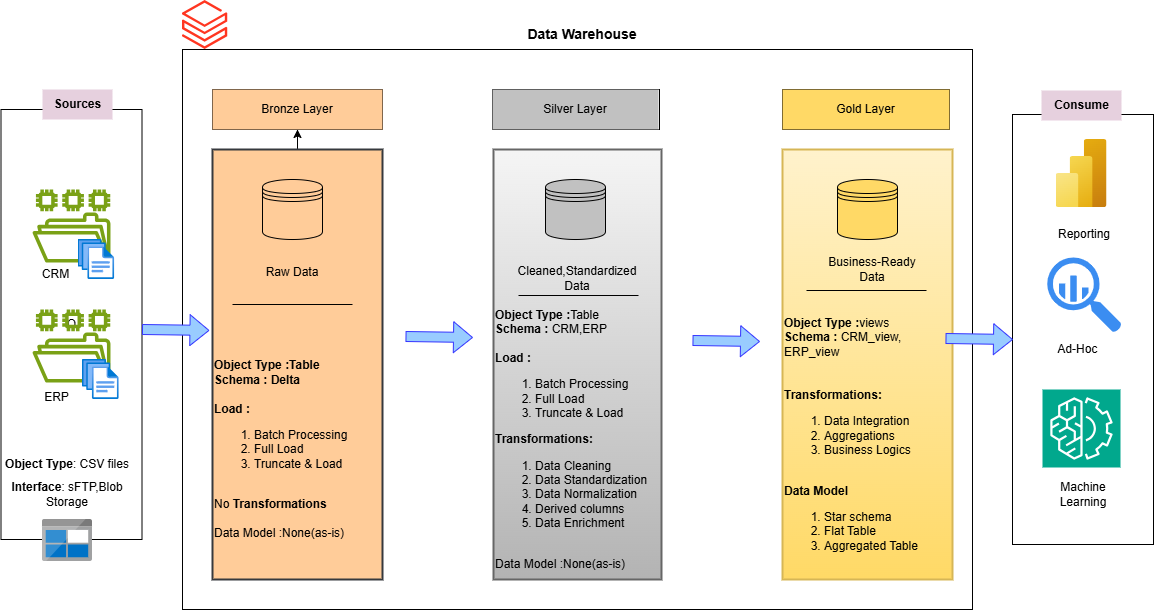
Before: Datawarehouse_Architecture.png, a diagram exported from draw.io (PRAKHER0522/SQL_DATABASE). Source tidied: cells renumbered, new cells last; positions are measured from the earlier drawing's top-left corner, leaving out a move shared by most shapes.
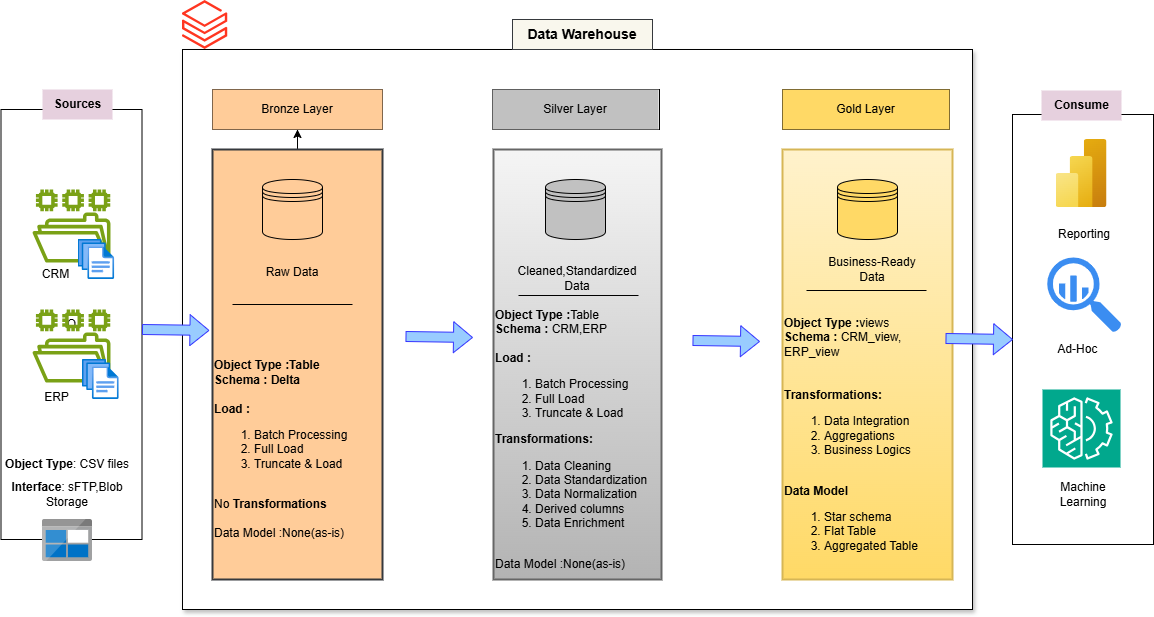
The same file after the commit.

What changed in the source:
```diff
@@ -26,7 +26,7 @@
     <mxCell id="9" value="&lt;b&gt;Interface&lt;/b&gt;: sFTP,Blob Storage" style="text;strokeColor=none;align=center;fillColor=none;html=1;verticalAlign=middle;whiteSpace=wrap;rounded=0;" parent="1" vertex="1">
       <mxGeometry x="2" y="479" width="130" height="30" as="geometry" />
     </mxCell>
-    <mxCell id="10" style="rounded=0;whiteSpace=wrap;html=1;" parent="1" vertex="1">
+    <mxCell id="10" style="rounded=0;whiteSpace=wrap;html=1;glass=0;shadow=1;" parent="1" vertex="1">
       <mxGeometry x="182" y="49" width="790" height="560" as="geometry" />
     </mxCell>
     <mxCell id="11" value="&lt;span style=&quot;color: rgba(0, 0, 0, 0); font-family: monospace; font-size: 0px; text-align: start; text-wrap-mode: nowrap;&quot;&gt;%3CmxGraphModel%3E%3Croot%3E%3CmxCell%20id%3D%220%22%2F%3E%3CmxCell%20id%3D%221%22%20parent%3D%220%22%2F%3E%3CmxCell%20id%3D%222%22%20value%3D%22Machine%20Learning%22%20style%3D%22text%3BstrokeColor%3Dnone%3Balign%3Dcenter%3BfillColor%3Dnone%3Bhtml%3D1%3BverticalAlign%3Dmiddle%3BwhiteSpace%3Dwrap%3Brounded%3D0%3B%22%20vertex%3D%221%22%20parent%3D%221%22%3E%3CmxGeometry%20x%3D%22900.5%22%20y%3D%22510%22%20width%3D%2260%22%20height%3D%2230%22%20as%3D%22geometry%22%2F%3E%3C%2FmxCell%3E%3C%2Froot%3E%3C%2FmxGraphModel%3E&lt;/span&gt;" style="rounded=0;whiteSpace=wrap;html=1;" parent="1" vertex="1">
@@ -62,7 +62,7 @@
     <mxCell id="21" value="Gold Layer" style="text;strokeColor=none;align=center;fillColor=#FFD966;html=1;verticalAlign=middle;whiteSpace=wrap;rounded=0;" parent="1" vertex="1">
       <mxGeometry x="782" y="89" width="167" height="40" as="geometry" />
     </mxCell>
-    <mxCell id="22" value="&lt;b&gt;&lt;font style=&quot;font-size: 14px;&quot;&gt;Data Warehouse&lt;/font&gt;&lt;/b&gt;" style="text;strokeColor=none;align=center;fillColor=none;html=1;verticalAlign=middle;whiteSpace=wrap;rounded=0;" parent="1" vertex="1">
+    <mxCell id="22" value="&lt;b&gt;&lt;font style=&quot;font-size: 14px;&quot;&gt;Data Warehouse&lt;/font&gt;&lt;/b&gt;" style="text;strokeColor=#36393d;align=center;fillColor=#f9f7ed;html=1;verticalAlign=middle;whiteSpace=wrap;rounded=0;" parent="1" vertex="1">
       <mxGeometry x="512" y="19" width="140" height="30" as="geometry" />
     </mxCell>
     <mxCell id="23" style="image;html=1;align=center;fontSize=12;image=img/lib/azure2/analytics/Azure_Databricks.svg;" parent="1" vertex="1">
```
